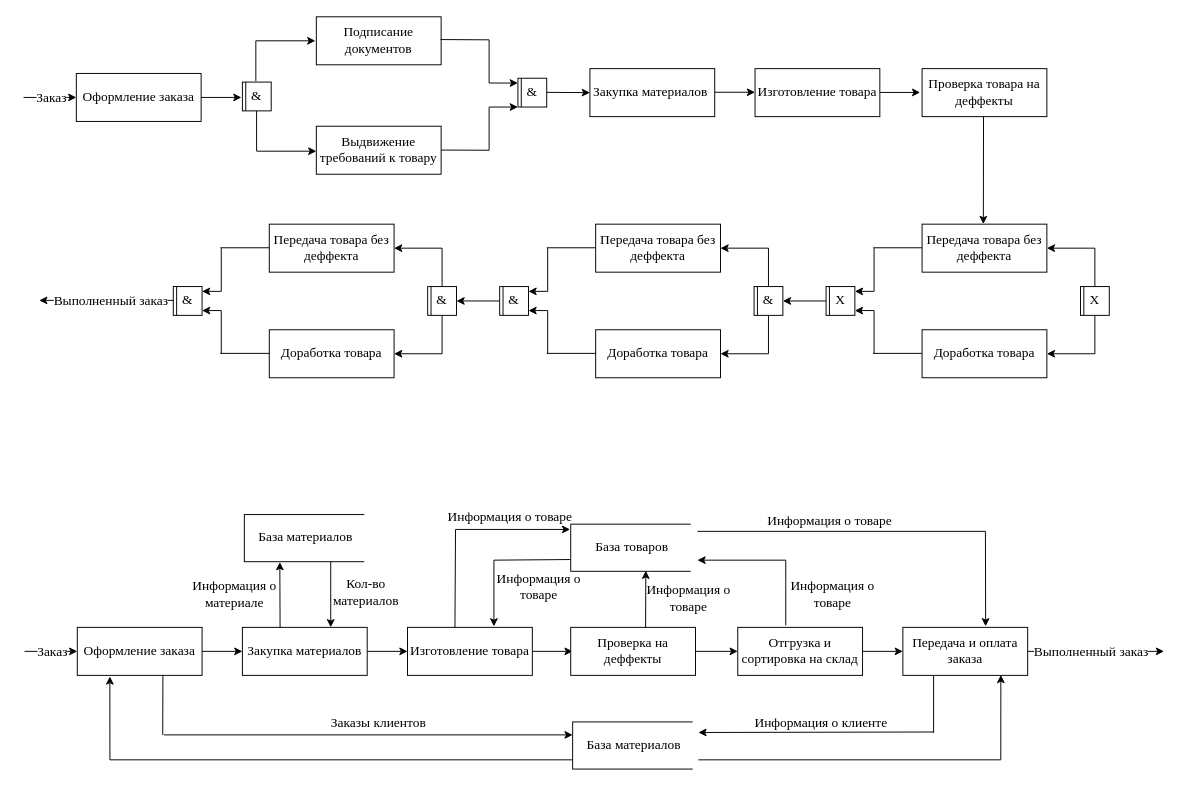
This is LABB2.drawio from 1kxri/MISPIS, a draw.io file, before an edit. Source tidied: cells renumbered, new cells numbered last; positions are measured from the earlier drawing's top-left corner, leaving out a move shared by most shapes. Both pictures are drawn from the tidied source at 96%, with x=0, y=0 at pixel (23, 16).
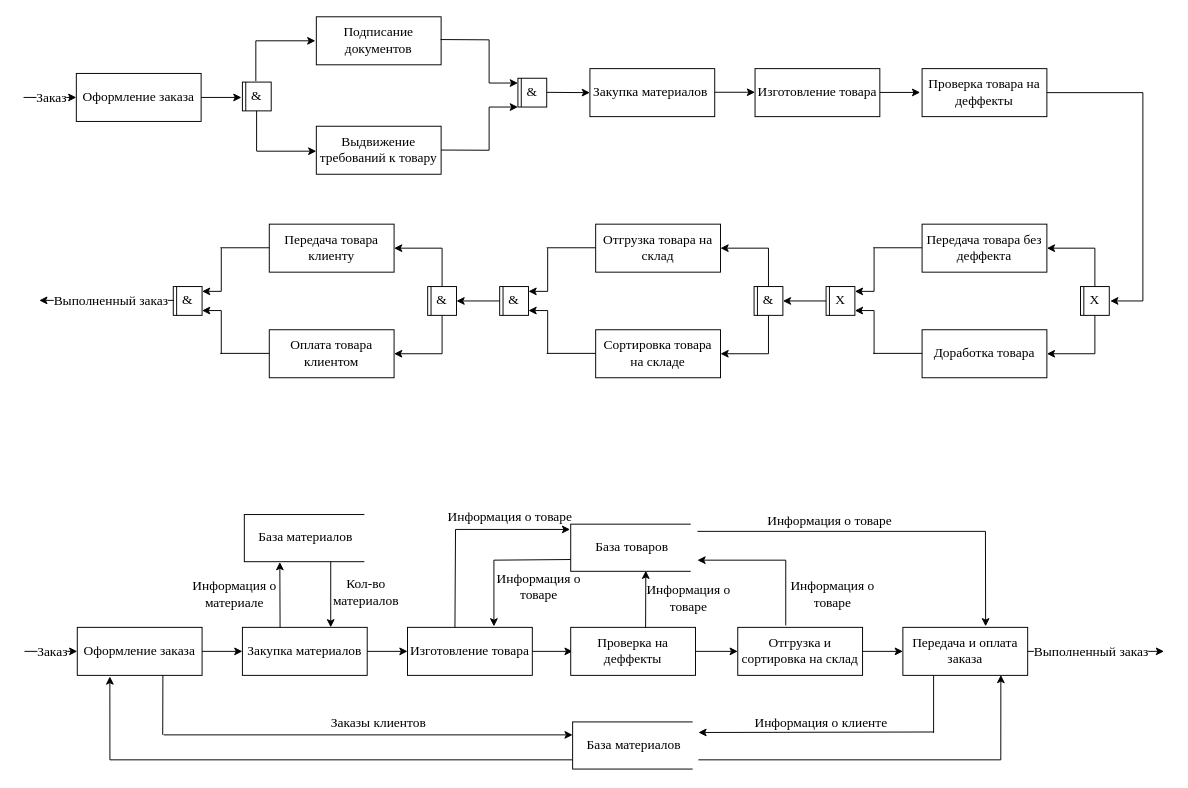
The same page after the edit.

The change refers to these unchanged cells:
```xml
<mxCell id="28" value="Проверка товара на деффекты" style="rounded=0;whiteSpace=wrap;html=1;fontFamily=Times New Roman;fontSize=14;" parent="1" vertex="1">
  <mxGeometry x="936" y="54" width="130" height="50" as="geometry" />
</mxCell>
<mxCell id="36" value="Передача товара без деффекта" style="rounded=0;whiteSpace=wrap;html=1;fontFamily=Times New Roman;fontSize=14;" parent="1" vertex="1">
  <mxGeometry x="936" y="216" width="130" height="50" as="geometry" />
</mxCell>
```

Diff of the diagram source:
```diff
@@
-    <mxCell id="55" value="Передача товара без деффекта" style="rounded=0;whiteSpace=wrap;html=1;fontFamily=Times New Roman;fontSize=14;" parent="1" vertex="1">
+    <mxCell id="55" value="Отгрузка товара на склад" style="rounded=0;whiteSpace=wrap;html=1;fontFamily=Times New Roman;fontSize=14;" parent="1" vertex="1">
       <mxGeometry x="596" y="216" width="130" height="50" as="geometry" />
     </mxCell>
-    <mxCell id="56" value="Доработка товара" style="rounded=0;whiteSpace=wrap;html=1;fontFamily=Times New Roman;fontSize=14;" parent="1" vertex="1">
+    <mxCell id="56" value="Сортировка товара на складе" style="rounded=0;whiteSpace=wrap;html=1;fontFamily=Times New Roman;fontSize=14;" parent="1" vertex="1">
       <mxGeometry x="596" y="326" width="130" height="50" as="geometry" />
     </mxCell>
@@
-    <mxCell id="74" value="Передача товара без деффекта" style="rounded=0;whiteSpace=wrap;html=1;fontFamily=Times New Roman;fontSize=14;" parent="1" vertex="1">
+    <mxCell id="74" value="Передача товара клиенту" style="rounded=0;whiteSpace=wrap;html=1;fontFamily=Times New Roman;fontSize=14;" parent="1" vertex="1">
       <mxGeometry x="256" y="216" width="130" height="50" as="geometry" />
     </mxCell>
-    <mxCell id="75" value="Доработка товара" style="rounded=0;whiteSpace=wrap;html=1;fontFamily=Times New Roman;fontSize=14;" parent="1" vertex="1">
+    <mxCell id="75" value="Оплата товара клиентом" style="rounded=0;whiteSpace=wrap;html=1;fontFamily=Times New Roman;fontSize=14;" parent="1" vertex="1">
       <mxGeometry x="256" y="326" width="130" height="50" as="geometry" />
     </mxCell>
@@
-    <mxCell id="88" style="endArrow=classic;html=1;rounded=0;entryX=0.491;entryY=-0.003;entryDx=0;entryDy=0;entryPerimeter=0;" parent="1" edge="1" target="36">
+    <mxCell id="88" style="endArrow=classic;html=1;rounded=0;" parent="1" edge="1">
       <mxGeometry relative="1" as="geometry">
-        <mxPoint x="1000" y="104" as="sourcePoint" />
+        <mxPoint x="1166" y="296" as="sourcePoint" />
+        <mxPoint x="1132" y="296" as="targetPoint" />
       </mxGeometry>
     </mxCell>
@@
+    <mxCell id="141" style="endArrow=none;html=1;rounded=0;exitX=1;exitY=0.5;exitDx=0;exitDy=0;" parent="1" edge="1" source="28">
+      <mxGeometry relative="1" as="geometry">
+        <mxPoint x="1166" y="79" as="targetPoint" />
+      </mxGeometry>
+    </mxCell>
+    <mxCell id="142" style="endArrow=none;html=1;rounded=0;" parent="1" edge="1">
+      <mxGeometry relative="1" as="geometry">
+        <mxPoint x="1166" y="296" as="sourcePoint" />
+        <mxPoint x="1166" y="79" as="targetPoint" />
+      </mxGeometry>
+    </mxCell>
```
